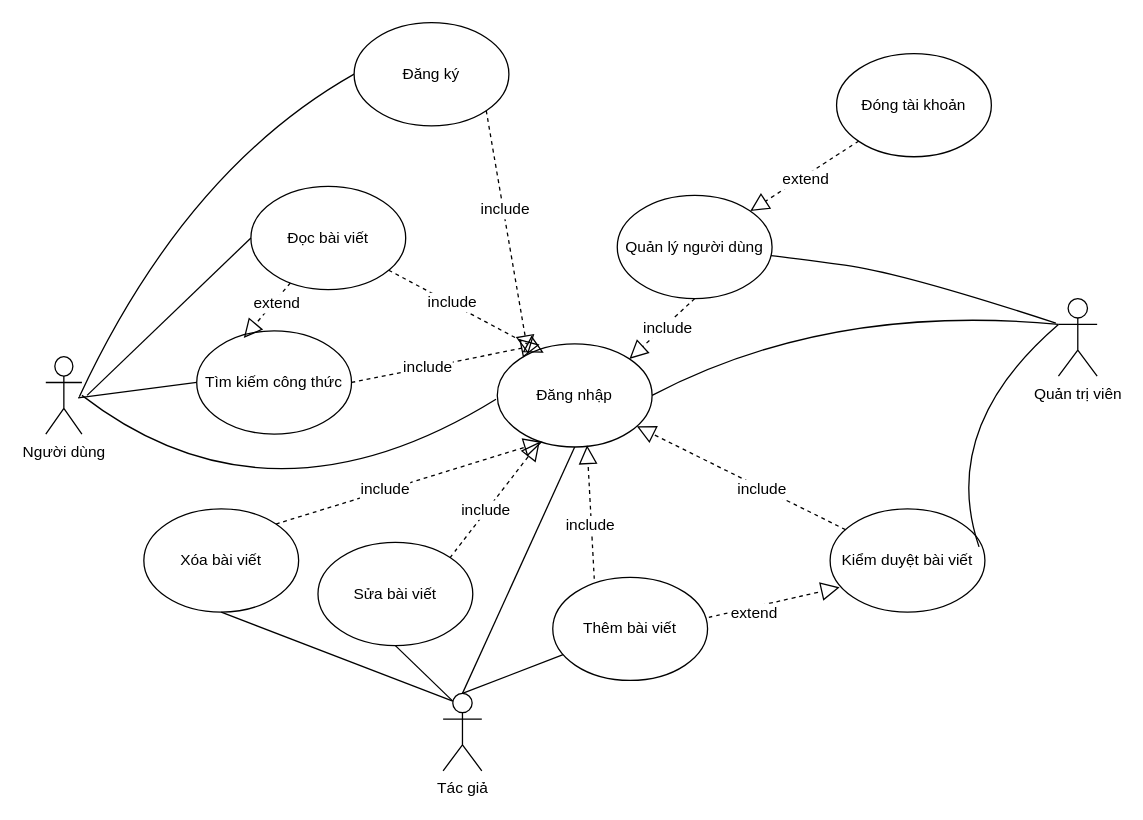
Earlier version of the draw.io diagram Sơ đồ tổng quát.drawio (gwangtung21/Blog_AmThuc). Source tidied: cells renumbered, new cells numbered last; positions are measured from the earlier drawing's top-left corner, leaving out a move shared by most shapes. Both pictures are drawn from the tidied source at 129%, with x=0, y=0 at pixel (45, 22).
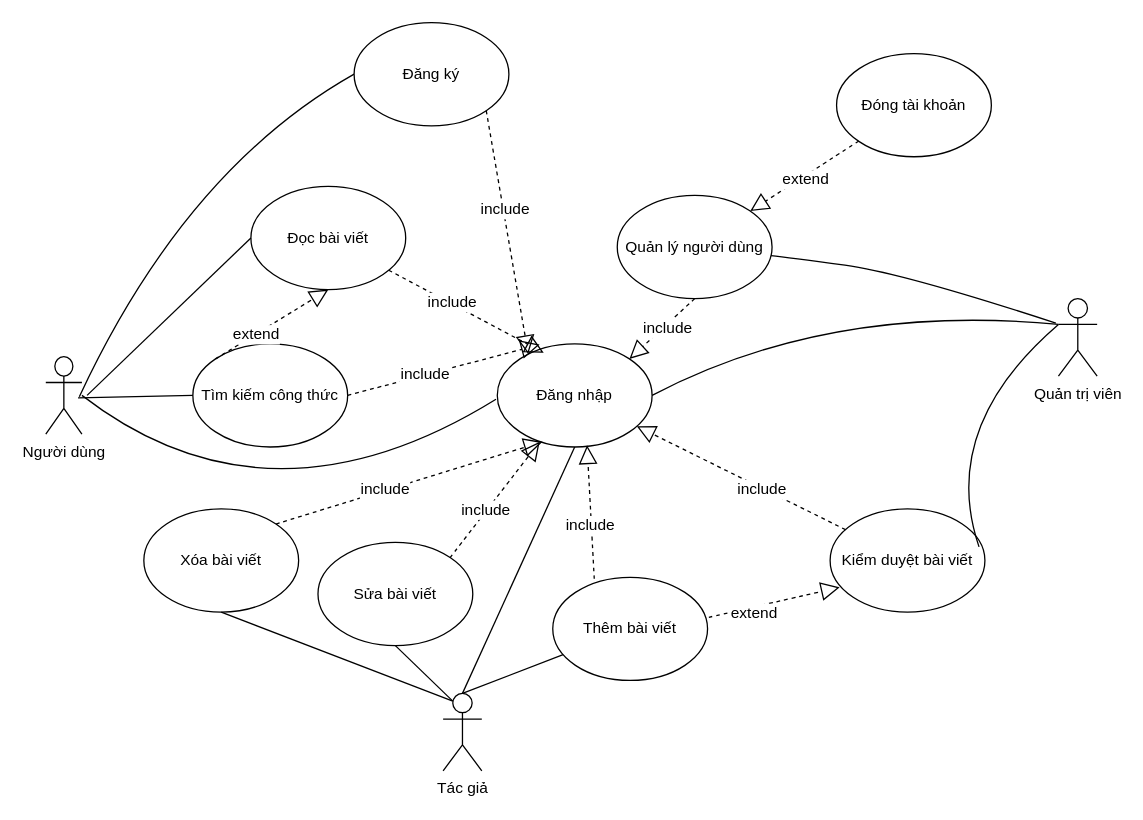
After the change.

Commit message:
Cập nhật Sơ đồ tổng quát.drawio

Unchanged cells that the change refers to:
```xml
<mxCell id="8" value="Đọc bài viết" style="ellipse;whiteSpace=wrap;html=1;" parent="1" vertex="1">
  <mxGeometry x="159" y="127" width="120" height="80" as="geometry" />
</mxCell>
```

The edit, as a diff of the source:
```diff
@@
     <mxCell id="9" value="Tìm kiếm công thức" style="ellipse;whiteSpace=wrap;html=1;" parent="1" vertex="1">
-      <mxGeometry x="117" y="239" width="120" height="80" as="geometry" />
+      <mxGeometry x="114" y="249" width="120" height="80" as="geometry" />
     </mxCell>
@@
-    <mxCell id="46" style="endArrow=block;dashed=1;endFill=0;endSize=12;html=1;rounded=0;fontSize=12;curved=1;entryX=0.304;entryY=0.068;entryDx=0;entryDy=0;entryPerimeter=0;" parent="1" edge="1" source="8" target="9">
+    <mxCell id="46" style="endArrow=block;dashed=1;endFill=0;endSize=12;html=1;rounded=0;fontSize=12;curved=1;exitX=0;exitY=0;exitDx=0;exitDy=0;entryX=0.5;entryY=1;entryDx=0;entryDy=0;" parent="1" edge="1" source="9" target="8">
       <mxGeometry relative="1" as="geometry" />
     </mxCell>
```
